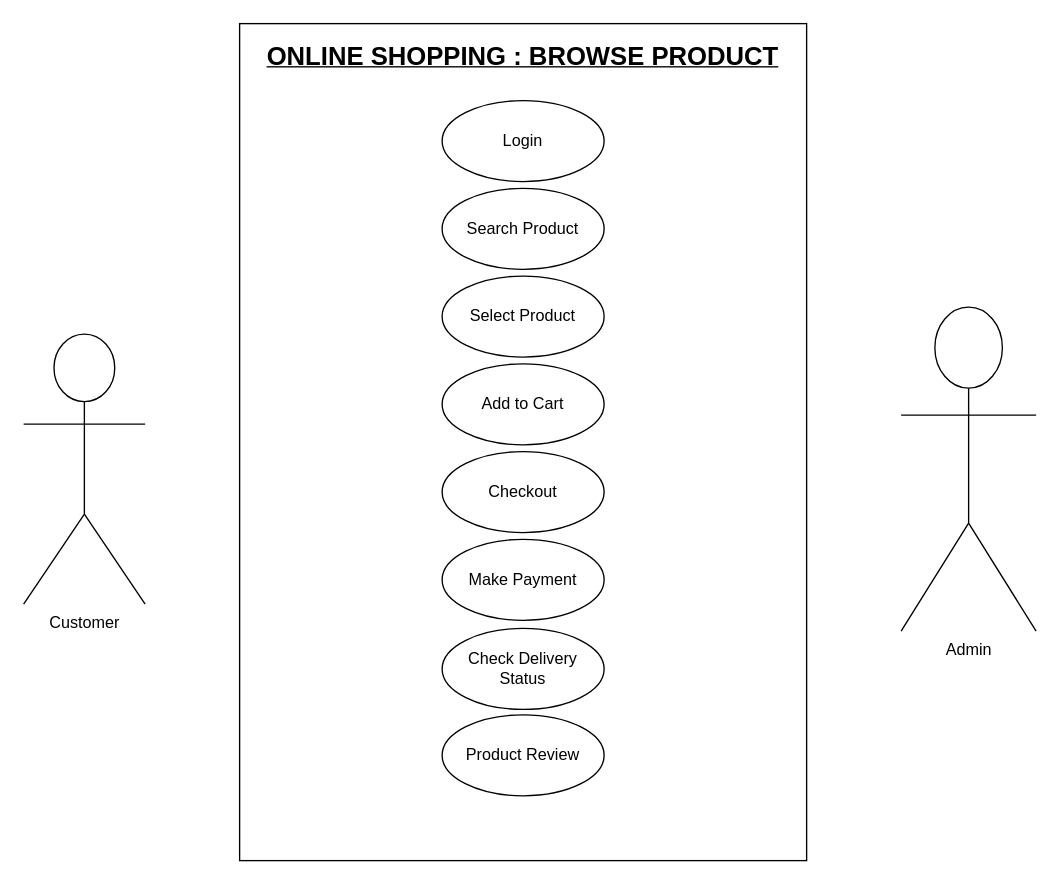
Earlier version of the draw.io diagram ucecase iswe.drawio (JussSelenite/JussSelenite). Source tidied: cells renumbered, new cells numbered last; positions are measured from the earlier drawing's top-left corner, leaving out a move shared by most shapes. Both pictures are drawn from the tidied source at 135%, with x=0, y=0 at pixel (23, 23).
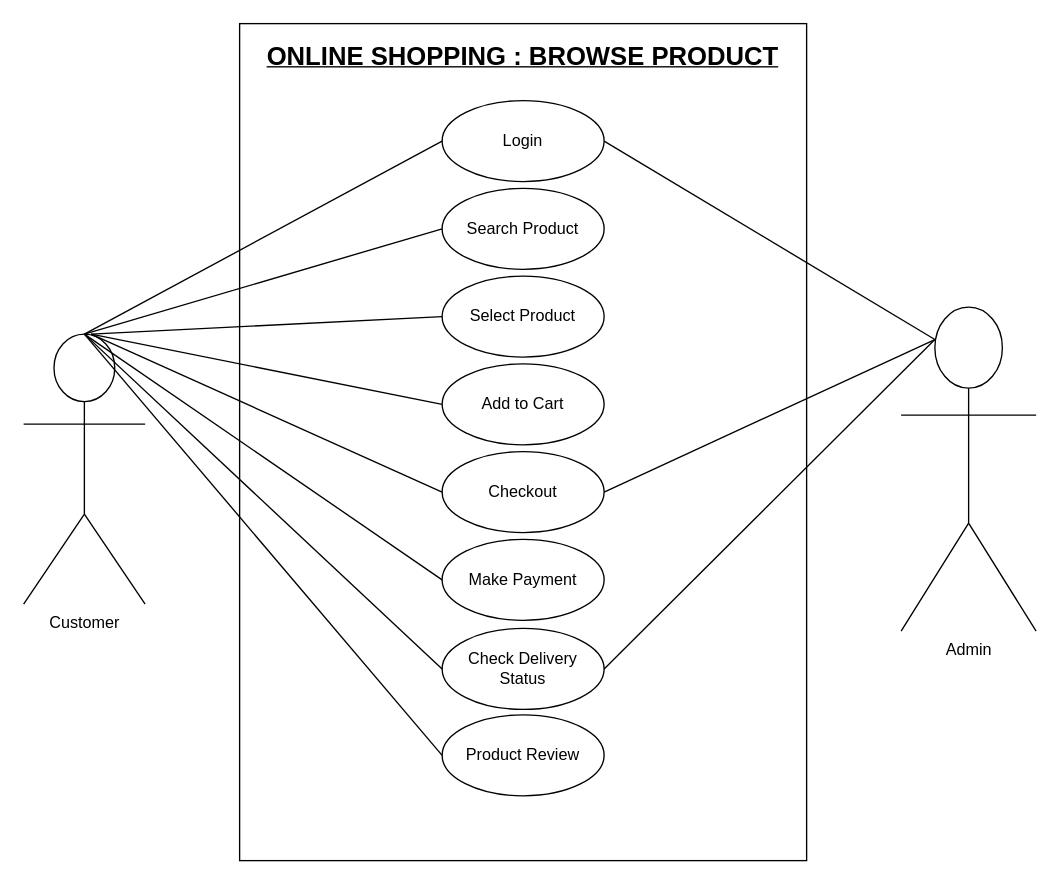
The same page after the edit.

The change refers to these unchanged cells:
```xml
<mxCell id="4" value="Login" style="ellipse;whiteSpace=wrap;html=1;" parent="1" vertex="1">
  <mxGeometry x="310" y="57" width="120" height="60" as="geometry" />
</mxCell>
<mxCell id="5" value="Search Product" style="ellipse;whiteSpace=wrap;html=1;" parent="1" vertex="1">
  <mxGeometry x="310" y="122" width="120" height="60" as="geometry" />
</mxCell>
<mxCell id="6" value="Select Product" style="ellipse;whiteSpace=wrap;html=1;" parent="1" vertex="1">
  <mxGeometry x="310" y="187" width="120" height="60" as="geometry" />
</mxCell>
<mxCell id="7" value="Add to Cart" style="ellipse;whiteSpace=wrap;html=1;" parent="1" vertex="1">
  <mxGeometry x="310" y="252" width="120" height="60" as="geometry" />
</mxCell>
<mxCell id="8" value="Checkout" style="ellipse;whiteSpace=wrap;html=1;" parent="1" vertex="1">
  <mxGeometry x="310" y="317" width="120" height="60" as="geometry" />
</mxCell>
<mxCell id="9" value="Make Payment" style="ellipse;whiteSpace=wrap;html=1;" parent="1" vertex="1">
  <mxGeometry x="310" y="382" width="120" height="60" as="geometry" />
</mxCell>
<mxCell id="10" value="Check Delivery Status" style="ellipse;whiteSpace=wrap;html=1;" parent="1" vertex="1">
  <mxGeometry x="310" y="448" width="120" height="60" as="geometry" />
</mxCell>
<mxCell id="11" value="Product Review" style="ellipse;whiteSpace=wrap;html=1;" parent="1" vertex="1">
  <mxGeometry x="310" y="512" width="120" height="60" as="geometry" />
</mxCell>
<mxCell id="12" value="Customer" style="shape=umlActor;verticalLabelPosition=bottom;verticalAlign=top;html=1;outlineConnect=0;" parent="1" vertex="1">
  <mxGeometry y="230" width="90" height="200" as="geometry" />
</mxCell>
<mxCell id="13" value="Admin" style="shape=umlActor;verticalLabelPosition=bottom;verticalAlign=top;html=1;outlineConnect=0;" parent="1" vertex="1">
  <mxGeometry x="650" y="210" width="100" height="240" as="geometry" />
</mxCell>
```

What changed in the source:
```diff
@@
+    <mxCell id="14" style="endArrow=none;html=1;rounded=0;entryX=0;entryY=0.5;entryDx=0;entryDy=0;exitX=0.5;exitY=0;exitDx=0;exitDy=0;exitPerimeter=0;" parent="1" edge="1" source="12" target="5">
+      <mxGeometry relative="1" as="geometry" />
+    </mxCell>
+    <mxCell id="15" style="endArrow=none;html=1;rounded=0;exitX=0.5;exitY=0;exitDx=0;exitDy=0;exitPerimeter=0;entryX=0;entryY=0.5;entryDx=0;entryDy=0;" parent="1" edge="1" source="12" target="4">
+      <mxGeometry relative="1" as="geometry" />
+    </mxCell>
+    <mxCell id="16" style="endArrow=none;html=1;rounded=0;entryX=0;entryY=0.5;entryDx=0;entryDy=0;" parent="1" edge="1" target="6">
+      <mxGeometry relative="1" as="geometry">
+        <mxPoint x="50" y="230" as="sourcePoint" />
+      </mxGeometry>
+    </mxCell>
+    <mxCell id="17" style="endArrow=none;html=1;rounded=0;entryX=0;entryY=0.5;entryDx=0;entryDy=0;" parent="1" edge="1" target="7">
+      <mxGeometry relative="1" as="geometry">
+        <mxPoint x="50" y="230" as="sourcePoint" />
+      </mxGeometry>
+    </mxCell>
+    <mxCell id="18" style="endArrow=none;html=1;rounded=0;entryX=0;entryY=0.5;entryDx=0;entryDy=0;" parent="1" edge="1" target="8">
+      <mxGeometry relative="1" as="geometry">
+        <mxPoint x="50" y="230" as="sourcePoint" />
+      </mxGeometry>
+    </mxCell>
+    <mxCell id="19" style="endArrow=none;html=1;rounded=0;entryX=0;entryY=0.5;entryDx=0;entryDy=0;exitX=0.5;exitY=0;exitDx=0;exitDy=0;exitPerimeter=0;" parent="1" edge="1" source="12" target="9">
+      <mxGeometry relative="1" as="geometry" />
+    </mxCell>
+    <mxCell id="20" style="endArrow=none;html=1;rounded=0;entryX=0;entryY=0.5;entryDx=0;entryDy=0;exitX=0.5;exitY=0;exitDx=0;exitDy=0;exitPerimeter=0;" parent="1" edge="1" source="12" target="10">
+      <mxGeometry relative="1" as="geometry" />
+    </mxCell>
+    <mxCell id="21" style="endArrow=none;html=1;rounded=0;entryX=0;entryY=0.5;entryDx=0;entryDy=0;exitX=0.5;exitY=0;exitDx=0;exitDy=0;exitPerimeter=0;" parent="1" edge="1" source="12" target="11">
+      <mxGeometry relative="1" as="geometry" />
+    </mxCell>
+    <mxCell id="22" style="endArrow=none;html=1;rounded=0;entryX=0.25;entryY=0.1;entryDx=0;entryDy=0;entryPerimeter=0;exitX=1;exitY=0.5;exitDx=0;exitDy=0;" parent="1" edge="1" source="4" target="13">
+      <mxGeometry relative="1" as="geometry" />
+    </mxCell>
+    <mxCell id="23" style="endArrow=none;html=1;rounded=0;entryX=0.25;entryY=0.1;entryDx=0;entryDy=0;entryPerimeter=0;exitX=1;exitY=0.5;exitDx=0;exitDy=0;" parent="1" edge="1" source="8" target="13">
+      <mxGeometry relative="1" as="geometry" />
+    </mxCell>
+    <mxCell id="24" style="endArrow=none;html=1;rounded=0;entryX=0.25;entryY=0.1;entryDx=0;entryDy=0;entryPerimeter=0;exitX=1;exitY=0.5;exitDx=0;exitDy=0;" parent="1" edge="1" source="10" target="13">
+      <mxGeometry relative="1" as="geometry" />
+    </mxCell>
```
